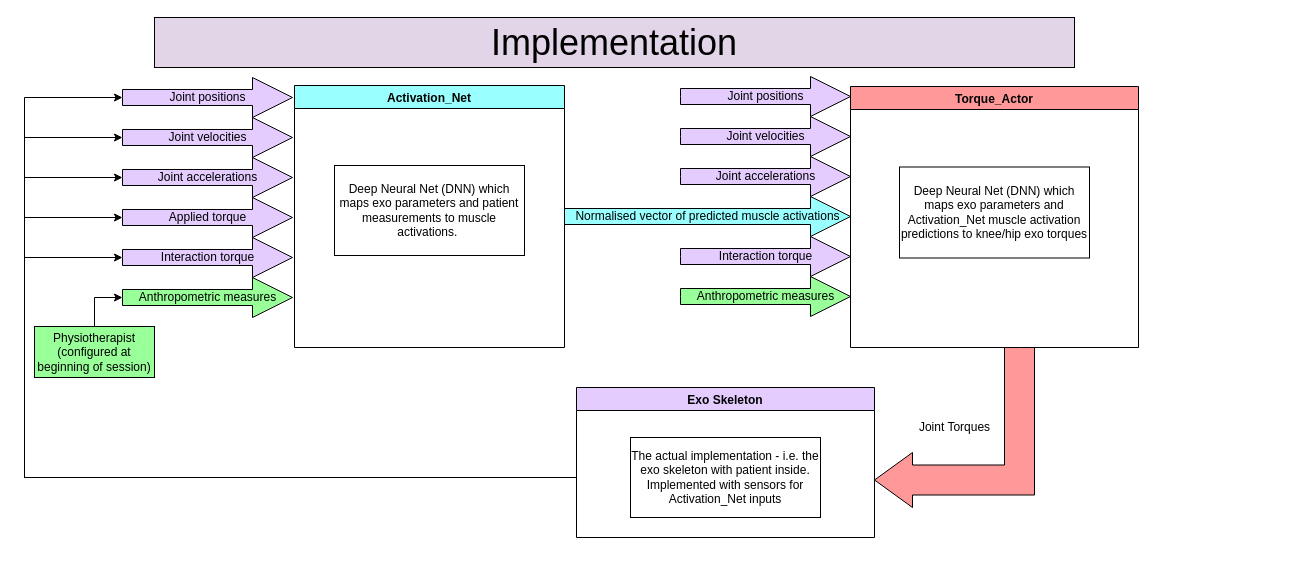
Before: Exo_Net_train.drawio in LeoCain/MASS_EXO, a draw.io diagram. Source tidied: cells renumbered, new cells numbered last; positions are measured from the earlier drawing's top-left corner, leaving out a move shared by most shapes. Both pictures are drawn from the tidied source at 100%, with x=0, y=0 at pixel (24, 17).
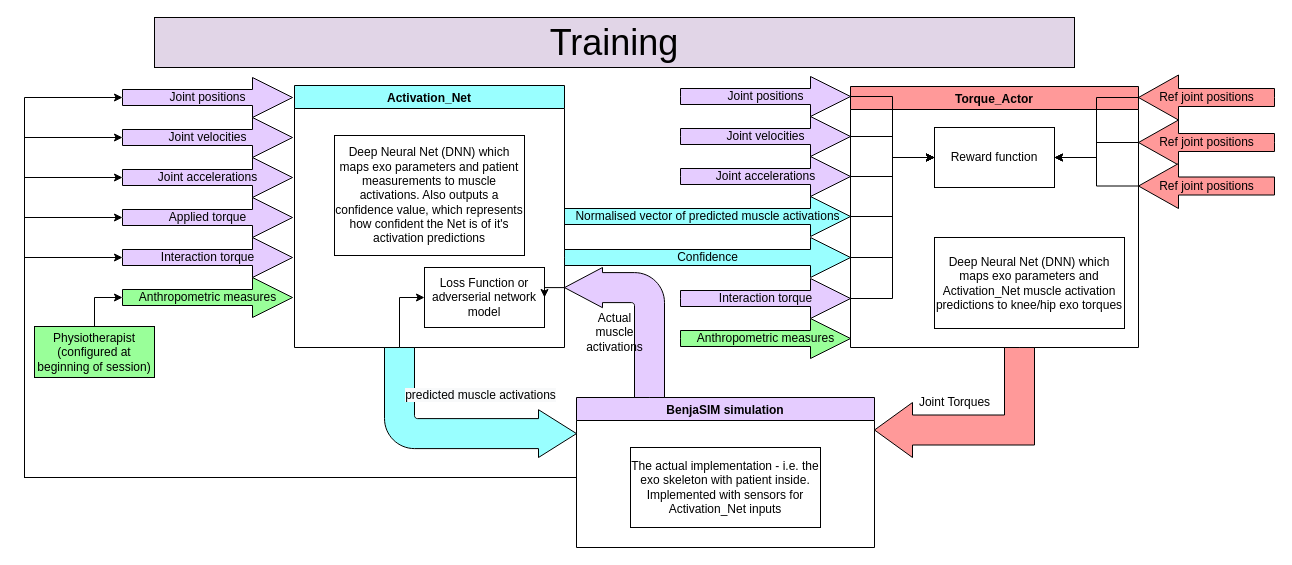
The same page after the edit.

Commit message:
First draft of exo net

The change refers to these unchanged cells:
```xml
<mxCell id="9" value="Torque_Actor" style="swimlane;fillColor=#FF9999;" parent="1" vertex="1">
  <mxGeometry x="826" y="69" width="288" height="261" as="geometry" />
</mxCell>
<mxCell id="17" value="Normalised vector of predicted muscle activations" style="html=1;shadow=0;dashed=0;align=center;verticalAlign=middle;shape=mxgraph.arrows2.arrow;dy=0.6;dx=40;notch=0;fillColor=#99FFFF;" parent="1" vertex="1">
  <mxGeometry x="540" y="179" width="286" height="40" as="geometry" />
</mxCell>
<mxCell id="18" value="Joint positions" style="html=1;shadow=0;dashed=0;align=center;verticalAlign=middle;shape=mxgraph.arrows2.arrow;dy=0.6;dx=40;notch=0;fillColor=#E5CCFF;" parent="1" vertex="1">
  <mxGeometry x="656" y="59" width="170" height="40" as="geometry" />
</mxCell>
<mxCell id="19" value="Joint velocities" style="html=1;shadow=0;dashed=0;align=center;verticalAlign=middle;shape=mxgraph.arrows2.arrow;dy=0.6;dx=40;notch=0;fillColor=#E5CCFF;" parent="1" vertex="1">
  <mxGeometry x="656" y="99" width="170" height="40" as="geometry" />
</mxCell>
<mxCell id="20" value="Joint accelerations" style="html=1;shadow=0;dashed=0;align=center;verticalAlign=middle;shape=mxgraph.arrows2.arrow;dy=0.6;dx=40;notch=0;fillColor=#E5CCFF;" parent="1" vertex="1">
  <mxGeometry x="656" y="139" width="170" height="40" as="geometry" />
</mxCell>
<mxCell id="23" value="Activation_Net" style="swimlane;startSize=23;fillColor=#99FFFF;" parent="1" vertex="1">
  <mxGeometry x="270" y="68" width="270" height="262" as="geometry" />
</mxCell>
```

Change to the diagram source:
```diff
@@
-    <mxCell id="7" value="Exo Skeleton" style="swimlane;startSize=23;fillColor=#E5CCFF;" parent="1" vertex="1">
-      <mxGeometry x="552" y="370" width="298" height="150" as="geometry" />
+    <mxCell id="7" value="BenjaSIM simulation" style="swimlane;startSize=23;fillColor=#E5CCFF;" parent="1" vertex="1">
+      <mxGeometry x="552" y="380" width="298" height="150" as="geometry" />
     </mxCell>
@@
     <mxCell id="10" value="Deep Neural Net (DNN) which maps exo parameters and Activation_Net muscle activation predictions to knee/hip exo torques" style="rounded=0;whiteSpace=wrap;html=1;" parent="9" vertex="1">
-      <mxGeometry x="49" y="80.5" width="190" height="91" as="geometry" />
+      <mxGeometry x="84" y="151" width="190" height="91" as="geometry" />
     </mxCell>
+    <mxCell id="29" value="Reward function" style="rounded=0;whiteSpace=wrap;html=1;fillColor=#FFFFFF;" parent="9" vertex="1">
+      <mxGeometry x="84" y="41" width="120" height="60" as="geometry" />
+    </mxCell>
@@
+    <mxCell id="30" style="edgeStyle=orthogonalEdgeStyle;rounded=0;jettySize=auto;html=1;entryX=0;entryY=0.5;entryDx=0;entryDy=0;" parent="1" edge="1" source="17" target="29">
+      <mxGeometry relative="1" as="geometry" />
+    </mxCell>
@@
+    <mxCell id="31" style="edgeStyle=orthogonalEdgeStyle;rounded=0;jettySize=auto;html=1;exitX=1;exitY=0.5;exitDx=0;exitDy=0;exitPerimeter=0;entryX=0;entryY=0.5;entryDx=0;entryDy=0;" parent="1" edge="1" source="18" target="29">
+      <mxGeometry relative="1" as="geometry" />
+    </mxCell>
@@
+    <mxCell id="32" style="edgeStyle=orthogonalEdgeStyle;rounded=0;jettySize=auto;html=1;exitX=1;exitY=0.5;exitDx=0;exitDy=0;exitPerimeter=0;entryX=0;entryY=0.5;entryDx=0;entryDy=0;" parent="1" edge="1" source="19" target="29">
+      <mxGeometry relative="1" as="geometry" />
+    </mxCell>
@@
+    <mxCell id="33" style="edgeStyle=orthogonalEdgeStyle;rounded=0;jettySize=auto;html=1;exitX=1;exitY=0.5;exitDx=0;exitDy=0;exitPerimeter=0;entryX=0;entryY=0.5;entryDx=0;entryDy=0;" parent="1" edge="1" source="20" target="29">
+      <mxGeometry relative="1" as="geometry" />
+    </mxCell>
@@
+    <mxCell id="34" style="edgeStyle=orthogonalEdgeStyle;rounded=0;jettySize=auto;html=1;entryX=0;entryY=0.5;entryDx=0;entryDy=0;" parent="1" edge="1" source="21" target="29">
+      <mxGeometry relative="1" as="geometry" />
+    </mxCell>
     <mxCell id="21" value="Interaction torque" style="html=1;shadow=0;dashed=0;align=center;verticalAlign=middle;shape=mxgraph.arrows2.arrow;dy=0.6;dx=40;notch=0;fillColor=#E5CCFF;" parent="1" vertex="1">
-      <mxGeometry x="656" y="219" width="170" height="40" as="geometry" />
+      <mxGeometry x="656" y="261" width="170" height="40" as="geometry" />
     </mxCell>
     <mxCell id="22" value="Anthropometric measures" style="html=1;shadow=0;dashed=0;align=center;verticalAlign=middle;shape=mxgraph.arrows2.arrow;dy=0.6;dx=40;notch=0;fillColor=#99FF99;" parent="1" vertex="1">
-      <mxGeometry x="656" y="259" width="170" height="40" as="geometry" />
+      <mxGeometry x="656" y="301" width="170" height="40" as="geometry" />
     </mxCell>
@@
-    <mxCell id="24" value="Deep Neural Net (DNN) which maps exo parameters and patient measurements to muscle activations.&amp;nbsp;" style="rounded=0;whiteSpace=wrap;html=1;" parent="23" vertex="1">
-      <mxGeometry x="40" y="80" width="190" height="90" as="geometry" />
-    </mxCell>
+    <mxCell id="35" value="Loss Function or adverserial network model" style="rounded=0;whiteSpace=wrap;html=1;fillColor=#FFFFFF;" parent="23" vertex="1">
+      <mxGeometry x="130" y="182" width="120" height="60" as="geometry" />
+    </mxCell>
+    <mxCell id="36" value="Deep Neural Net (DNN) which maps exo parameters and patient measurements to muscle activations. Also outputs a confidence value, which represents how confident the Net is of it's activation predictions" style="rounded=0;whiteSpace=wrap;html=1;" parent="23" vertex="1">
+      <mxGeometry x="40" y="50" width="190" height="120" as="geometry" />
+    </mxCell>
     <mxCell id="25" value="Joint Torques" style="html=1;shadow=0;dashed=0;align=center;verticalAlign=middle;shape=mxgraph.arrows2.bendArrow;dy=15;dx=38;notch=0;arrowHead=55;rounded=0;flipH=1;flipV=1;fillColor=#FF9999;" parent="1" vertex="1">
-      <mxGeometry x="850" y="330" width="160" height="160" as="geometry" />
+      <mxGeometry x="850" y="330" width="160" height="110" as="geometry" />
     </mxCell>
@@
-    <mxCell id="28" value="&lt;font style=&quot;font-size: 36px;&quot;&gt;Implementation&lt;/font&gt;" style="rounded=0;whiteSpace=wrap;html=1;strokeColor=#000000;fillColor=#E1D5E7;" parent="1" vertex="1">
+    <mxCell id="28" value="&lt;font style=&quot;font-size: 36px;&quot;&gt;Training&lt;/font&gt;" style="rounded=0;whiteSpace=wrap;html=1;strokeColor=#000000;fillColor=#E1D5E7;" parent="1" vertex="1">
       <mxGeometry x="130" width="920" height="50" as="geometry" />
     </mxCell>
+    <mxCell id="37" style="edgeStyle=orthogonalEdgeStyle;rounded=0;jettySize=auto;html=1;exitX=0;exitY=0;exitDx=15;exitDy=110;exitPerimeter=0;entryX=0;entryY=0.5;entryDx=0;entryDy=0;" parent="1" edge="1" source="38" target="35">
+      <mxGeometry relative="1" as="geometry" />
+    </mxCell>
+    <mxCell id="38" value="&#10;&lt;span style=&quot;color: rgb(0, 0, 0); font-family: Helvetica; font-size: 12px; font-style: normal; font-variant-ligatures: normal; font-variant-caps: normal; font-weight: 400; letter-spacing: normal; orphans: 2; text-align: center; text-indent: 0px; text-transform: none; widows: 2; word-spacing: 0px; -webkit-text-stroke-width: 0px; background-color: rgb(248, 249, 250); text-decoration-thickness: initial; text-decoration-style: initial; text-decoration-color: initial; float: none; display: inline !important;&quot;&gt;predicted muscle activations&lt;/span&gt;&#10;&#10;" style="html=1;shadow=0;dashed=0;align=center;verticalAlign=middle;shape=mxgraph.arrows2.bendArrow;dy=15;dx=38;notch=0;arrowHead=47.8;rounded=1;flipH=0;flipV=1;fillColor=#99FFFF;" parent="1" vertex="1">
+      <mxGeometry x="360" y="330" width="192" height="110" as="geometry" />
+    </mxCell>
+    <mxCell id="39" style="edgeStyle=orthogonalEdgeStyle;rounded=0;jettySize=auto;html=1;exitX=0;exitY=0;exitDx=100;exitDy=20.1;exitPerimeter=0;entryX=1;entryY=0.5;entryDx=0;entryDy=0;" parent="1" edge="1" source="40" target="35">
+      <mxGeometry relative="1" as="geometry" />
+    </mxCell>
+    <mxCell id="40" value="Actual &lt;br&gt;muscle &lt;br&gt;activations" style="html=1;shadow=0;dashed=0;align=center;verticalAlign=middle;shape=mxgraph.arrows2.bendArrow;dy=15;dx=38;notch=0;arrowHead=40.2;rounded=1;fillColor=#E5CCFF;flipH=1;" parent="1" vertex="1">
+      <mxGeometry x="540" y="250" width="100" height="130" as="geometry" />
+    </mxCell>
+    <mxCell id="41" style="edgeStyle=orthogonalEdgeStyle;rounded=0;jettySize=auto;html=1;entryX=0;entryY=0.5;entryDx=0;entryDy=0;" parent="1" edge="1" source="42" target="29">
+      <mxGeometry relative="1" as="geometry" />
+    </mxCell>
+    <mxCell id="42" value="Confidence" style="html=1;shadow=0;dashed=0;align=center;verticalAlign=middle;shape=mxgraph.arrows2.arrow;dy=0.6;dx=40;notch=0;fillColor=#99FFFF;" parent="1" vertex="1">
+      <mxGeometry x="540" y="220" width="286" height="40" as="geometry" />
+    </mxCell>
+    <mxCell id="43" style="edgeStyle=orthogonalEdgeStyle;rounded=0;jettySize=auto;html=1;entryX=1;entryY=0.5;entryDx=0;entryDy=0;" parent="1" edge="1" source="44" target="29">
+      <mxGeometry relative="1" as="geometry" />
+    </mxCell>
+    <mxCell id="44" value="Ref joint positions" style="html=1;shadow=0;dashed=0;align=center;verticalAlign=middle;shape=mxgraph.arrows2.arrow;dy=0.6;dx=40;flipH=1;notch=0;fillColor=#FF9999;" parent="1" vertex="1">
+      <mxGeometry x="1114" y="57.5" width="136" height="45" as="geometry" />
+    </mxCell>
+    <mxCell id="45" style="edgeStyle=orthogonalEdgeStyle;rounded=0;jettySize=auto;html=1;entryX=1;entryY=0.5;entryDx=0;entryDy=0;" parent="1" edge="1" source="46" target="29">
+      <mxGeometry relative="1" as="geometry" />
+    </mxCell>
+    <mxCell id="46" value="Ref joint positions" style="html=1;shadow=0;dashed=0;align=center;verticalAlign=middle;shape=mxgraph.arrows2.arrow;dy=0.6;dx=40;flipH=1;notch=0;fillColor=#FF9999;" parent="1" vertex="1">
+      <mxGeometry x="1114" y="102.5" width="136" height="45" as="geometry" />
+    </mxCell>
+    <mxCell id="47" style="edgeStyle=orthogonalEdgeStyle;rounded=0;jettySize=auto;html=1;entryX=1;entryY=0.5;entryDx=0;entryDy=0;" parent="1" edge="1" source="48" target="29">
+      <mxGeometry relative="1" as="geometry" />
+    </mxCell>
+    <mxCell id="48" value="Ref joint positions" style="html=1;shadow=0;dashed=0;align=center;verticalAlign=middle;shape=mxgraph.arrows2.arrow;dy=0.6;dx=40;flipH=1;notch=0;fillColor=#FF9999;" parent="1" vertex="1">
+      <mxGeometry x="1114" y="146" width="136" height="45" as="geometry" />
+    </mxCell>
```
